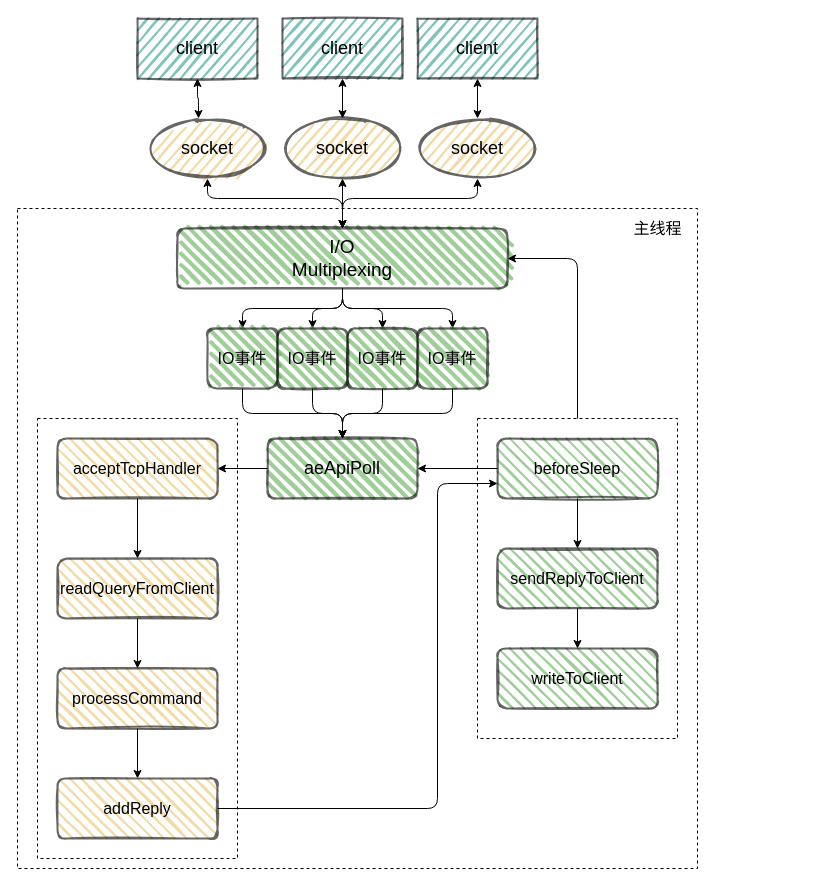
Above: page "single" (2 of 31) of redis/redis.drawio in boilingfrog/Go-POINT (draw.io), before the change. Source tidied: cells renumbered, new cells numbered last; positions are measured from the earlier drawing's top-left corner, leaving out a move shared by most shapes. Both pictures are drawn from the tidied source at 100%, with x=0, y=0 at pixel (17, 18).
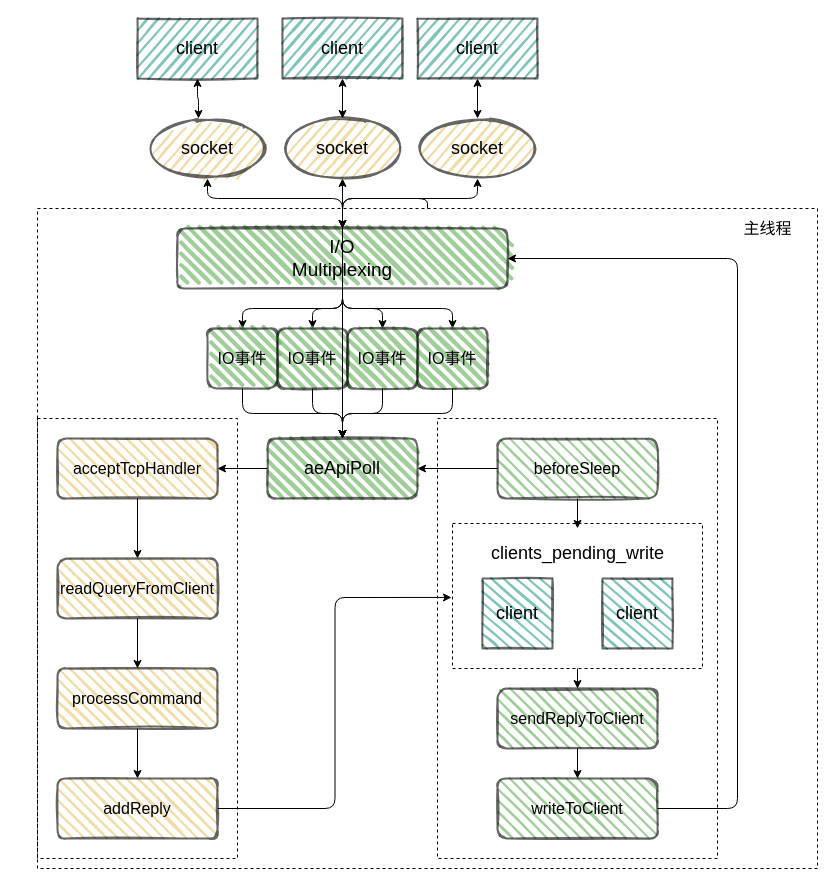
The same page after the edit.

The change refers to these unchanged cells:
```xml
<mxCell id="9" value="&lt;font style=&quot;font-size: 19px&quot;&gt;I/O&lt;br&gt;Multiplexing&lt;/font&gt;" style="rounded=1;whiteSpace=wrap;html=1;strokeWidth=2;fillWeight=4;hachureGap=8;hachureAngle=45;fillColor=#5FAD56;sketch=1;fontSize=16;opacity=60;" parent="1" vertex="1">
  <mxGeometry x="160" y="210" width="330" height="60" as="geometry" />
</mxCell>
<mxCell id="15" value="&lt;font style=&quot;font-size: 18px&quot;&gt;aeApiPoll&lt;/font&gt;" style="rounded=1;whiteSpace=wrap;html=1;strokeWidth=2;fillWeight=4;hachureGap=8;hachureAngle=45;fillColor=#5FAD56;sketch=1;fontSize=16;opacity=60;" parent="1" vertex="1">
  <mxGeometry x="250" y="420" width="150" height="60" as="geometry" />
</mxCell>
<mxCell id="33" value="beforeSleep" style="rounded=1;whiteSpace=wrap;html=1;strokeWidth=2;fillWeight=2;hachureGap=8;hachureAngle=45;fillColor=#5FAD56;sketch=1;fontSize=16;fillStyle=dots;opacity=60;" parent="1" vertex="1">
  <mxGeometry x="480" y="420" width="160" height="60" as="geometry" />
</mxCell>
<mxCell id="37" value="addReply" style="rounded=1;whiteSpace=wrap;html=1;strokeWidth=2;fillWeight=2;hachureGap=8;hachureAngle=45;fillColor=#E9C46A;sketch=1;fontSize=16;fillStyle=dots;opacity=60;" parent="1" vertex="1">
  <mxGeometry x="40" y="760" width="160" height="60" as="geometry" />
</mxCell>
<mxCell id="46" value="IO事件" style="rounded=1;whiteSpace=wrap;html=1;strokeWidth=2;fillWeight=4;hachureGap=8;hachureAngle=45;fillColor=#5FAD56;sketch=1;fontSize=16;opacity=60;" parent="1" vertex="1">
  <mxGeometry x="400" y="310" width="70" height="60" as="geometry" />
</mxCell>
```

The edit, as a diff of the source:
```diff
@@
     <mxCell id="2" style="verticalLabelPosition=bottom;verticalAlign=top;html=1;shape=mxgraph.basic.rect;fillColor2=none;strokeWidth=1;size=20;indent=5;fillColor=none;dashed=1;" parent="1" vertex="1">
-      <mxGeometry y="190" width="680" height="660" as="geometry" />
+      <mxGeometry x="20" y="190" width="780" height="660" as="geometry" />
     </mxCell>
     <mxCell id="3" style="verticalLabelPosition=bottom;verticalAlign=top;html=1;shape=mxgraph.basic.rect;fillColor2=none;strokeWidth=1;size=20;indent=5;fillColor=none;dashed=1;" parent="1" vertex="1">
-      <mxGeometry x="460" y="400" width="200" height="320" as="geometry" />
+      <mxGeometry x="420" y="400" width="280" height="440" as="geometry" />
     </mxCell>
@@
     <mxCell id="29" value="sendReplyToClient" style="rounded=1;whiteSpace=wrap;html=1;strokeWidth=2;fillWeight=2;hachureGap=8;hachureAngle=45;fillColor=#5FAD56;sketch=1;fontSize=16;fillStyle=dots;opacity=60;" parent="1" vertex="1">
-      <mxGeometry x="480" y="530" width="160" height="60" as="geometry" />
+      <mxGeometry x="480" y="670" width="160" height="60" as="geometry" />
     </mxCell>
@@
-    <mxCell id="31" style="edgeStyle=orthogonalEdgeStyle;html=1;entryX=0.5;entryY=0;entryDx=0;entryDy=0;fontSize=16;startArrow=none;startFill=0;" parent="1" edge="1" source="33" target="29">
-      <mxGeometry relative="1" as="geometry" />
-    </mxCell>
-    <mxCell id="32" style="edgeStyle=orthogonalEdgeStyle;html=1;entryX=1;entryY=0.5;entryDx=0;entryDy=0;fontSize=16;startArrow=none;startFill=0;" parent="1" edge="1" target="9">
-      <mxGeometry relative="1" as="geometry">
-        <mxPoint x="560" y="400" as="sourcePoint" />
-        <Array as="points">
-          <mxPoint x="560" y="240" />
-        </Array>
-      </mxGeometry>
-    </mxCell>
+    <mxCell id="48" style="edgeStyle=orthogonalEdgeStyle;html=1;entryX=0.5;entryY=0.034;entryDx=0;entryDy=0;entryPerimeter=0;" parent="1" edge="1" source="33" target="53">
+      <mxGeometry relative="1" as="geometry" />
+    </mxCell>
@@
-    <mxCell id="36" style="edgeStyle=orthogonalEdgeStyle;html=1;fontSize=16;startArrow=none;startFill=0;entryX=0;entryY=0.75;entryDx=0;entryDy=0;" parent="1" edge="1" source="37" target="33">
-      <mxGeometry relative="1" as="geometry">
-        <Array as="points">
-          <mxPoint x="420" y="790" />
-          <mxPoint x="420" y="465" />
-        </Array>
-      </mxGeometry>
-    </mxCell>
+    <mxCell id="49" style="edgeStyle=orthogonalEdgeStyle;html=1;entryX=-0.004;entryY=0.51;entryDx=0;entryDy=0;entryPerimeter=0;" parent="1" edge="1" source="37" target="53">
+      <mxGeometry relative="1" as="geometry" />
+    </mxCell>
@@
+    <mxCell id="50" style="edgeStyle=orthogonalEdgeStyle;html=1;entryX=1;entryY=0.5;entryDx=0;entryDy=0;" parent="1" edge="1" source="38" target="9">
+      <mxGeometry relative="1" as="geometry">
+        <Array as="points">
+          <mxPoint x="720" y="790" />
+          <mxPoint x="720" y="240" />
+        </Array>
+      </mxGeometry>
+    </mxCell>
     <mxCell id="38" value="writeToClient" style="rounded=1;whiteSpace=wrap;html=1;strokeWidth=2;fillWeight=2;hachureGap=8;hachureAngle=45;fillColor=#5FAD56;sketch=1;fontSize=16;fillStyle=dots;opacity=60;" parent="1" vertex="1">
-      <mxGeometry x="480" y="630" width="160" height="60" as="geometry" />
+      <mxGeometry x="480" y="760" width="160" height="60" as="geometry" />
     </mxCell>
@@
-    <mxCell id="45" style="edgeStyle=orthogonalEdgeStyle;html=1;entryX=0.5;entryY=0;entryDx=0;entryDy=0;fontSize=16;startArrow=none;startFill=0;" parent="1" edge="1" source="46" target="15">
+    <mxCell id="45" style="edgeStyle=orthogonalEdgeStyle;html=1;entryX=0.5;entryY=0;entryDx=0;entryDy=0;fontSize=16;startArrow=none;startFill=0;" parent="1" edge="1" source="2" target="15">
       <mxGeometry relative="1" as="geometry" />
     </mxCell>
+    <mxCell id="51" style="edgeStyle=orthogonalEdgeStyle;html=1;entryX=0.5;entryY=0;entryDx=0;entryDy=0;" parent="1" edge="1" source="46" target="15">
+      <mxGeometry relative="1" as="geometry" />
+    </mxCell>
@@
     <mxCell id="47" value="主线程" style="text;html=1;align=center;verticalAlign=middle;strokeColor=none;fillColor=none;fontSize=16;" parent="1" vertex="1">
-      <mxGeometry x="610" y="200" width="60" height="20" as="geometry" />
+      <mxGeometry x="720" y="200" width="60" height="20" as="geometry" />
     </mxCell>
+    <mxCell id="52" style="edgeStyle=orthogonalEdgeStyle;html=1;" parent="1" edge="1" source="53" target="29">
+      <mxGeometry relative="1" as="geometry" />
+    </mxCell>
+    <mxCell id="53" style="verticalLabelPosition=bottom;verticalAlign=top;html=1;shape=mxgraph.basic.rect;fillColor2=none;strokeWidth=1;size=20;indent=5;fillColor=none;dashed=1;" parent="1" vertex="1">
+      <mxGeometry x="435" y="505" width="250" height="145" as="geometry" />
+    </mxCell>
+    <mxCell id="54" value="&lt;font style=&quot;font-size: 18px&quot;&gt;client&lt;/font&gt;" style="rounded=0;whiteSpace=wrap;html=1;fontFamily=Helvetica;fontSize=12;fontColor=default;strokeColor=default;fillColor=#2A9D8F;strokeWidth=2;fillWeight=2;hachureGap=8;fillStyle=dots;sketch=1;opacity=60;direction=south;" parent="1" vertex="1">
+      <mxGeometry x="465" y="560" width="70" height="70" as="geometry" />
+    </mxCell>
+    <mxCell id="55" value="&lt;font style=&quot;font-size: 18px&quot;&gt;client&lt;/font&gt;" style="rounded=0;whiteSpace=wrap;html=1;fontFamily=Helvetica;fontSize=12;fontColor=default;strokeColor=default;fillColor=#2A9D8F;strokeWidth=2;fillWeight=2;hachureGap=8;fillStyle=dots;sketch=1;opacity=60;direction=south;" parent="1" vertex="1">
+      <mxGeometry x="585" y="560" width="70" height="70" as="geometry" />
+    </mxCell>
+    <mxCell id="56" value="clients_pending_write" style="text;html=1;align=center;verticalAlign=middle;strokeColor=none;fillColor=none;fontSize=18;" parent="1" vertex="1">
+      <mxGeometry x="465" y="520" width="190" height="30" as="geometry" />
+    </mxCell>
```
